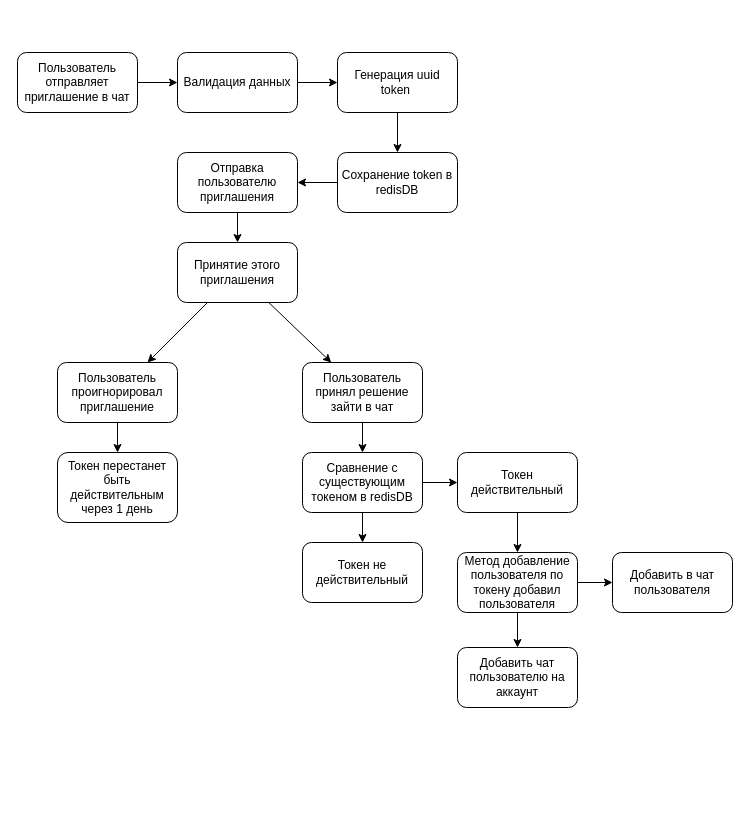
Above: docs/drawio/Приглашение_в_чат.drawio in Thejudgeofprogrammers/messager (draw.io), before the change. Source tidied: cells renumbered, new cells numbered last; positions are measured from the earlier drawing's top-left corner, leaving out a move shared by most shapes. Both pictures are drawn from the tidied source at 100%, with x=0, y=0 at pixel (17, 52).
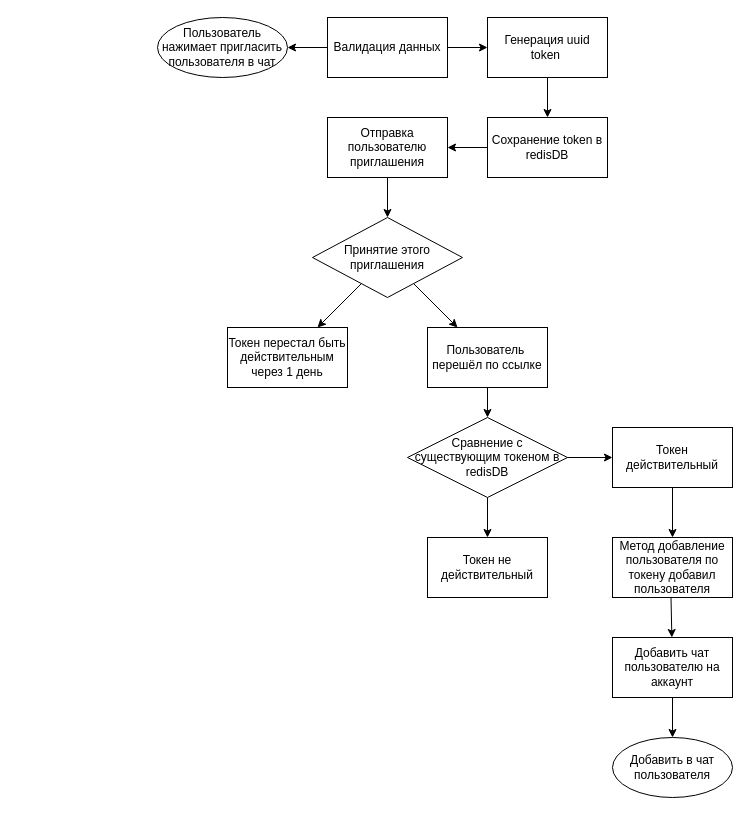
The same page after the edit.

Change to the diagram source:
```diff
@@
-    <mxCell id="2" style="edgeStyle=none;html=1;" parent="1" edge="1" source="3" target="5">
-      <mxGeometry relative="1" as="geometry" />
-    </mxCell>
-    <mxCell id="3" value="Пользователь отправляет приглашение в чат" style="rounded=1;whiteSpace=wrap;html=1;" parent="1" vertex="1">
-      <mxGeometry width="120" height="60" as="geometry" />
-    </mxCell>
@@
-    <mxCell id="5" value="Валидация данных" style="whiteSpace=wrap;html=1;rounded=1;" parent="1" vertex="1">
-      <mxGeometry x="160" width="120" height="60" as="geometry" />
-    </mxCell>
@@
-    <mxCell id="7" value="Генерация uuid token&amp;nbsp;" style="whiteSpace=wrap;html=1;rounded=1;" parent="1" vertex="1">
-      <mxGeometry x="320" width="120" height="60" as="geometry" />
-    </mxCell>
@@
-    <mxCell id="9" value="Сохранение token в redisDB" style="whiteSpace=wrap;html=1;rounded=1;" parent="1" vertex="1">
-      <mxGeometry x="320" y="100" width="120" height="60" as="geometry" />
-    </mxCell>
@@
-    <mxCell id="11" value="Отправка пользователю приглашения" style="whiteSpace=wrap;html=1;rounded=1;" parent="1" vertex="1">
-      <mxGeometry x="160" y="100" width="120" height="60" as="geometry" />
-    </mxCell>
-    <mxCell id="12" style="edgeStyle=none;html=1;" parent="1" edge="1" source="13" target="15">
+    <mxCell id="12" style="edgeStyle=none;html=1;" parent="1" edge="1" source="13" target="33">
       <mxGeometry relative="1" as="geometry" />
     </mxCell>
-    <mxCell id="13" value="Принятие этого приглашения" style="whiteSpace=wrap;html=1;rounded=1;" parent="1" vertex="1">
-      <mxGeometry x="160" y="190" width="120" height="60" as="geometry" />
-    </mxCell>
-    <mxCell id="14" style="edgeStyle=none;html=1;" parent="1" edge="1" source="15" target="27">
+    <mxCell id="14" style="edgeStyle=none;html=1;" parent="1" edge="1" source="33" target="27">
       <mxGeometry relative="1" as="geometry" />
     </mxCell>
-    <mxCell id="15" value="Пользователь принял решение зайти в чат" style="whiteSpace=wrap;html=1;rounded=1;" parent="1" vertex="1">
-      <mxGeometry x="285" y="310" width="120" height="60" as="geometry" />
-    </mxCell>
-    <mxCell id="16" style="edgeStyle=none;html=1;" parent="1" edge="1" source="17" target="19">
-      <mxGeometry relative="1" as="geometry" />
-    </mxCell>
-    <mxCell id="17" value="Пользователь проигнорировал приглашение" style="whiteSpace=wrap;html=1;rounded=1;" parent="1" vertex="1">
-      <mxGeometry x="40" y="310" width="120" height="60" as="geometry" />
-    </mxCell>
-    <mxCell id="18" style="edgeStyle=none;html=1;" parent="1" edge="1" source="13" target="17">
+    <mxCell id="18" style="edgeStyle=none;html=1;" parent="1" edge="1" source="13" target="32">
       <mxGeometry relative="1" as="geometry" />
     </mxCell>
-    <mxCell id="19" value="Токен перестанет быть действительным через 1 день" style="whiteSpace=wrap;html=1;rounded=1;" parent="1" vertex="1">
-      <mxGeometry x="40" y="400" width="120" height="70" as="geometry" />
-    </mxCell>
-    <mxCell id="20" style="edgeStyle=none;html=1;" parent="1" edge="1" source="22" target="23">
+    <mxCell id="20" style="edgeStyle=none;html=1;" parent="1" edge="1" source="24" target="23">
       <mxGeometry relative="1" as="geometry" />
     </mxCell>
-    <mxCell id="21" style="edgeStyle=none;html=1;" parent="1" edge="1" source="22" target="24">
-      <mxGeometry relative="1" as="geometry" />
+    <mxCell id="21" style="edgeStyle=none;html=1;" parent="1" edge="1" target="24">
+      <mxGeometry relative="1" as="geometry">
+        <mxPoint x="653.5" y="545" as="sourcePoint" />
+      </mxGeometry>
     </mxCell>
-    <mxCell id="22" value="Метод добавление пользователя по токену добавил пользователя" style="whiteSpace=wrap;html=1;rounded=1;" parent="1" vertex="1">
-      <mxGeometry x="440" y="500" width="120" height="60" as="geometry" />
-    </mxCell>
-    <mxCell id="23" value="Добавить в чат пользователя" style="whiteSpace=wrap;html=1;rounded=1;" parent="1" vertex="1">
-      <mxGeometry x="595" y="500" width="120" height="60" as="geometry" />
-    </mxCell>
-    <mxCell id="24" value="Добавить чат пользователю на аккаунт" style="whiteSpace=wrap;html=1;rounded=1;" parent="1" vertex="1">
-      <mxGeometry x="440" y="595" width="120" height="60" as="geometry" />
-    </mxCell>
@@
-    <mxCell id="26" style="edgeStyle=none;html=1;" parent="1" edge="1" source="27" target="29">
-      <mxGeometry relative="1" as="geometry" />
+    <mxCell id="26" style="edgeStyle=none;html=1;" parent="1" edge="1" target="29">
+      <mxGeometry relative="1" as="geometry">
+        <mxPoint x="505" y="405" as="sourcePoint" />
+      </mxGeometry>
     </mxCell>
+    <mxCell id="30" style="edgeStyle=none;html=1;" parent="1" edge="1" source="29" target="22">
+      <mxGeometry relative="1" as="geometry" />
+    </mxCell>
+    <mxCell id="31" style="edgeStyle=none;html=1;" parent="1" edge="1" source="5" target="34">
+      <mxGeometry relative="1" as="geometry" />
+    </mxCell>
+    <mxCell id="5" value="Валидация данных" style="rounded=0;whiteSpace=wrap;html=1;" parent="1" vertex="1">
+      <mxGeometry x="310" y="-35" width="120" height="60" as="geometry" />
+    </mxCell>
+    <mxCell id="7" value="Генерация uuid token&amp;nbsp;" style="rounded=0;whiteSpace=wrap;html=1;" parent="1" vertex="1">
+      <mxGeometry x="470" y="-35" width="120" height="60" as="geometry" />
+    </mxCell>
+    <mxCell id="11" value="Отправка пользователю приглашения" style="rounded=0;whiteSpace=wrap;html=1;" parent="1" vertex="1">
+      <mxGeometry x="310" y="65" width="120" height="60" as="geometry" />
+    </mxCell>
+    <mxCell id="9" value="Сохранение token в redisDB" style="rounded=0;whiteSpace=wrap;html=1;" parent="1" vertex="1">
+      <mxGeometry x="470" y="65" width="120" height="60" as="geometry" />
+    </mxCell>
+    <mxCell id="13" value="Принятие этого приглашения" style="rhombus;whiteSpace=wrap;html=1;" parent="1" vertex="1">
+      <mxGeometry x="295" y="165" width="150" height="80" as="geometry" />
+    </mxCell>
+    <mxCell id="32" value="Токен перестал быть действительным через 1 день" style="rounded=0;whiteSpace=wrap;html=1;" parent="1" vertex="1">
+      <mxGeometry x="210" y="275" width="120" height="60" as="geometry" />
+    </mxCell>
+    <mxCell id="33" value="Пользователь&amp;nbsp; перешёл по ссылке" style="rounded=0;whiteSpace=wrap;html=1;" parent="1" vertex="1">
+      <mxGeometry x="410" y="275" width="120" height="60" as="geometry" />
+    </mxCell>
-    <mxCell id="27" value="Сравнение с существующим токеном в redisDB" style="whiteSpace=wrap;html=1;rounded=1;" parent="1" vertex="1">
-      <mxGeometry x="285" y="400" width="120" height="60" as="geometry" />
+    <mxCell id="27" value="Сравнение с существующим токеном в redisDB" style="rhombus;whiteSpace=wrap;html=1;" parent="1" vertex="1">
+      <mxGeometry x="390" y="365" width="160" height="80" as="geometry" />
     </mxCell>
-    <mxCell id="28" value="Токен не действительный" style="whiteSpace=wrap;html=1;rounded=1;" parent="1" vertex="1">
-      <mxGeometry x="285" y="490" width="120" height="60" as="geometry" />
+    <mxCell id="28" value="Токен не действительный" style="rounded=0;whiteSpace=wrap;html=1;" parent="1" vertex="1">
+      <mxGeometry x="410" y="485" width="120" height="60" as="geometry" />
     </mxCell>
-    <mxCell id="29" value="Токен действительный" style="whiteSpace=wrap;html=1;rounded=1;" parent="1" vertex="1">
-      <mxGeometry x="440" y="400" width="120" height="60" as="geometry" />
+    <mxCell id="29" value="Токен действительный" style="rounded=0;whiteSpace=wrap;html=1;" parent="1" vertex="1">
+      <mxGeometry x="595" y="375" width="120" height="60" as="geometry" />
     </mxCell>
-    <mxCell id="30" style="edgeStyle=none;html=1;" parent="1" edge="1" source="29" target="22">
-      <mxGeometry relative="1" as="geometry" />
-    </mxCell>
+    <mxCell id="22" value="Метод добавление пользователя по токену добавил пользователя" style="rounded=0;whiteSpace=wrap;html=1;" parent="1" vertex="1">
+      <mxGeometry x="595" y="485" width="120" height="60" as="geometry" />
+    </mxCell>
+    <mxCell id="24" value="Добавить чат пользователю на аккаунт" style="rounded=0;whiteSpace=wrap;html=1;" parent="1" vertex="1">
+      <mxGeometry x="595" y="585" width="120" height="60" as="geometry" />
+    </mxCell>
+    <mxCell id="23" value="Добавить в чат пользователя" style="ellipse;whiteSpace=wrap;html=1;" parent="1" vertex="1">
+      <mxGeometry x="595" y="685" width="120" height="60" as="geometry" />
+    </mxCell>
+    <mxCell id="34" value="Пользователь нажимает пригласить пользователя в чат" style="ellipse;whiteSpace=wrap;html=1;" parent="1" vertex="1">
+      <mxGeometry x="140" y="-35" width="130" height="60" as="geometry" />
+    </mxCell>
```
